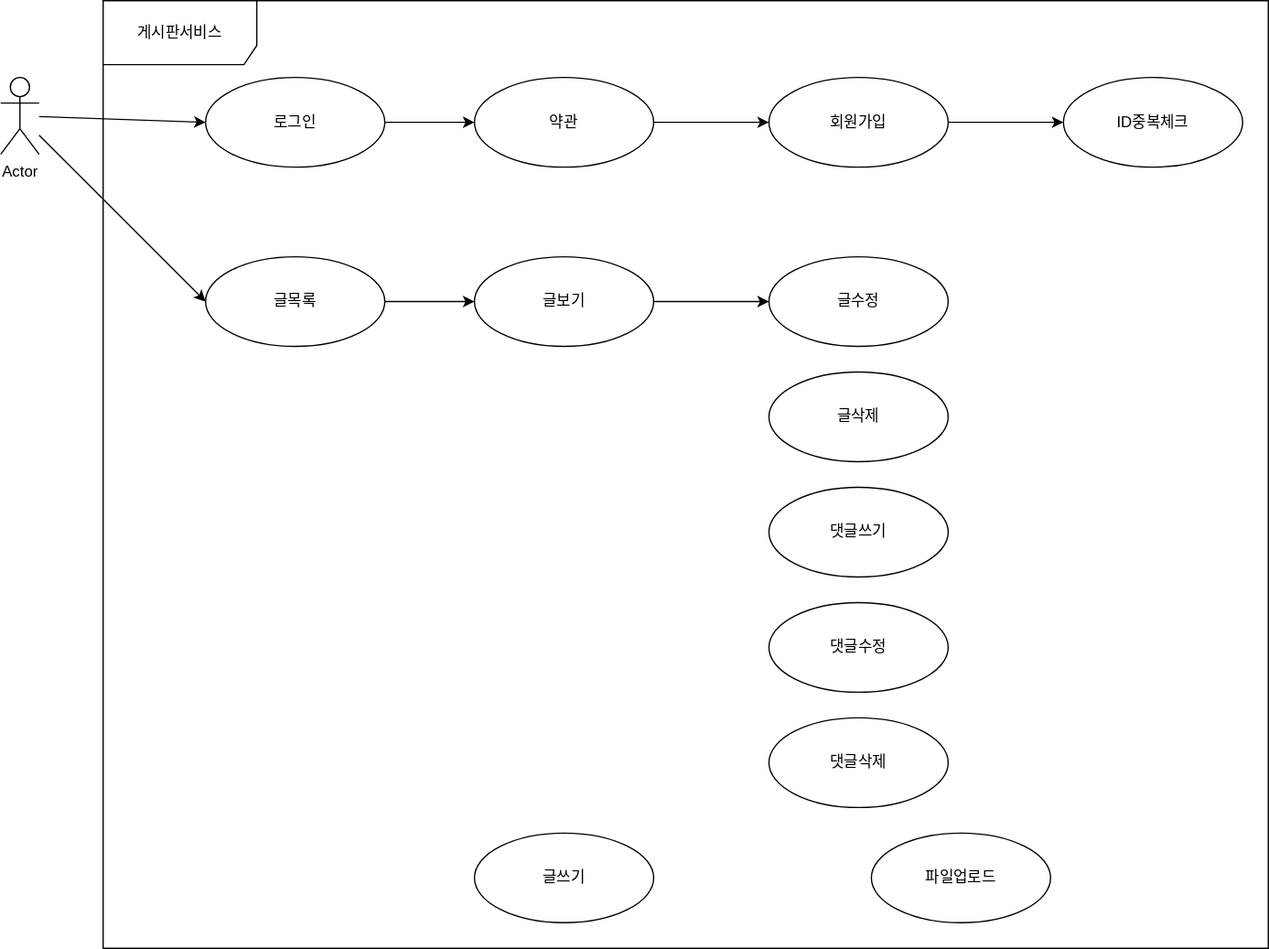
Before: Jboard1/게시판 유스케이스.svg, a diagram exported from draw.io (kyoungjunkim/JSP). Source tidied: cells renumbered, new cells last; positions are measured from the earlier drawing's top-left corner, leaving out a move shared by most shapes.
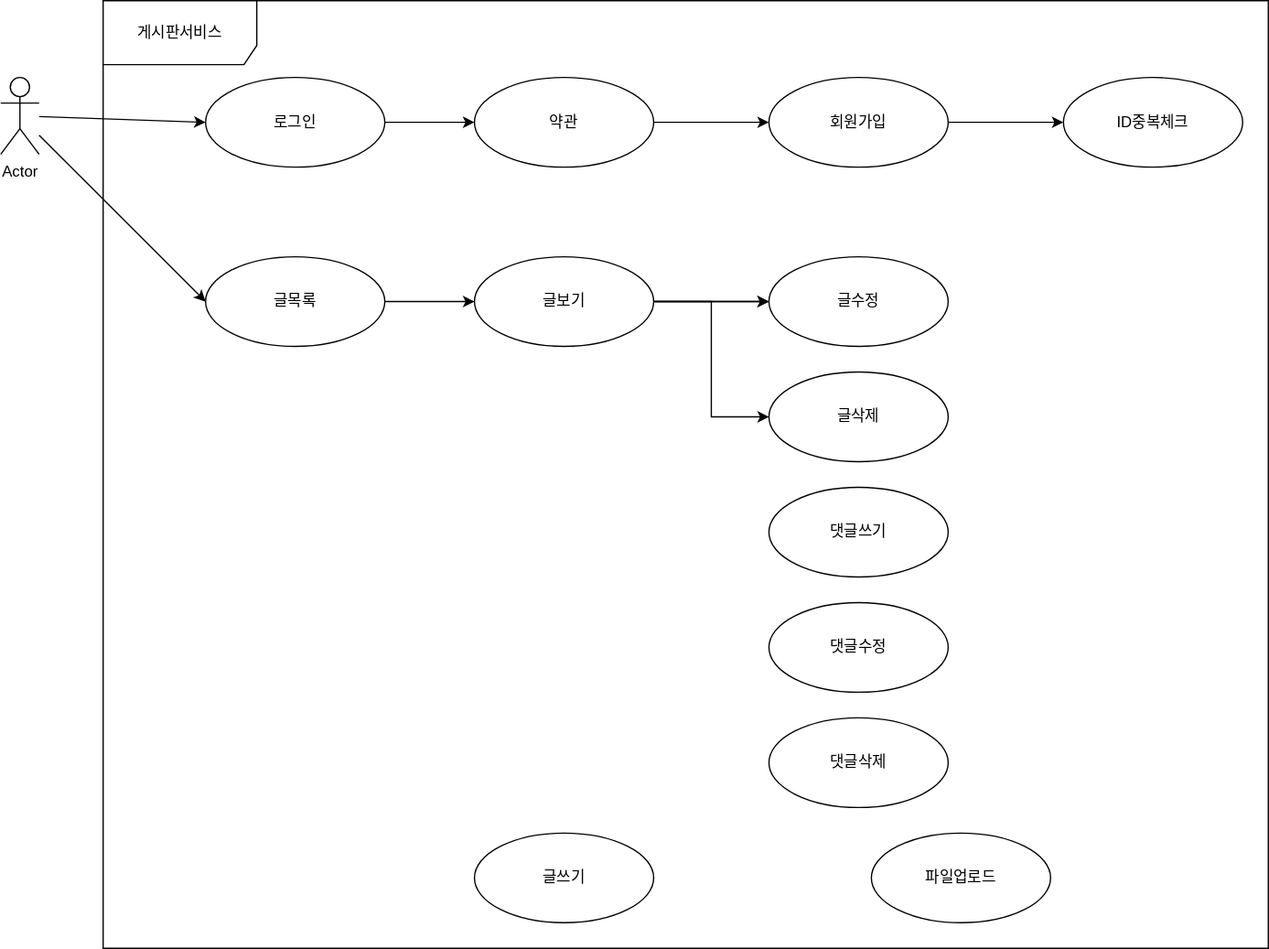
The same diagram one commit later.

The edit, as a diff of the source:
```diff
@@ -1,4 +1,4 @@
-<mxGraphModel>
+<mxGraphModel background="#ffffff">
   <root>
     <mxCell id="0" />
     <mxCell id="1" parent="0" />
@@ -44,6 +44,12 @@
     <mxCell id="15" style="edgeStyle=none;rounded=0;jettySize=auto;html=1;" parent="1" edge="1" source="16" target="17">
       <mxGeometry relative="1" as="geometry" />
     </mxCell>
+    <mxCell id="24" style="edgeStyle=none;rounded=0;jettySize=auto;html=1;" parent="1" edge="1" source="16" target="17">
+      <mxGeometry relative="1" as="geometry" />
+    </mxCell>
+    <mxCell id="25" style="edgeStyle=orthogonalEdgeStyle;rounded=0;jettySize=auto;html=1;entryX=0;entryY=0.5;entryDx=0;entryDy=0;" parent="1" edge="1" source="16" target="18">
+      <mxGeometry relative="1" as="geometry" />
+    </mxCell>
     <mxCell id="16" value="글보기" style="ellipse;whiteSpace=wrap;html=1;" parent="1" vertex="1">
       <mxGeometry x="370" y="200" width="140" height="70" as="geometry" />
     </mxCell>
```
